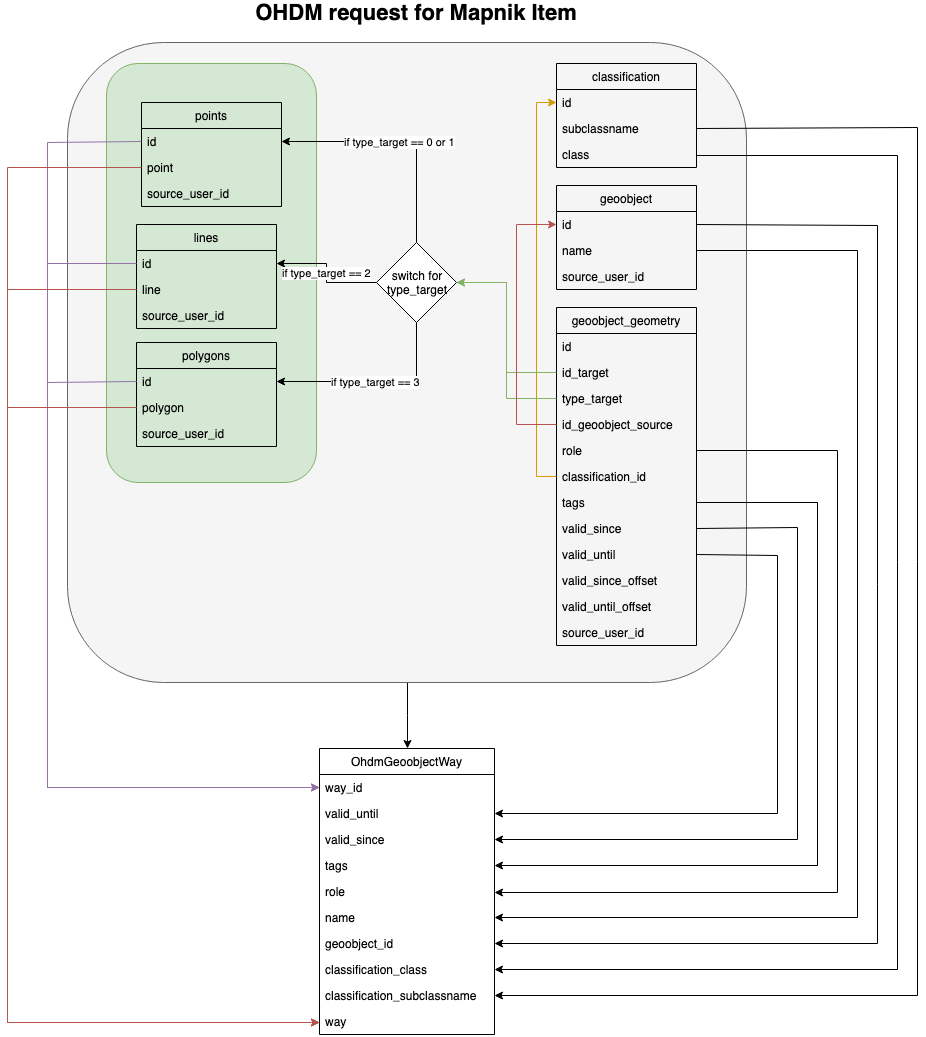
Earlier version of the draw.io export docs/commands/_static/ohdm2mapnik_OHDM2SingleTable.png (OpenHistoricalDataMap/MapnikTileServer). Source tidied: cells renumbered, new cells last; positions are measured from the earlier drawing's top-left corner, leaving out a move shared by most shapes.
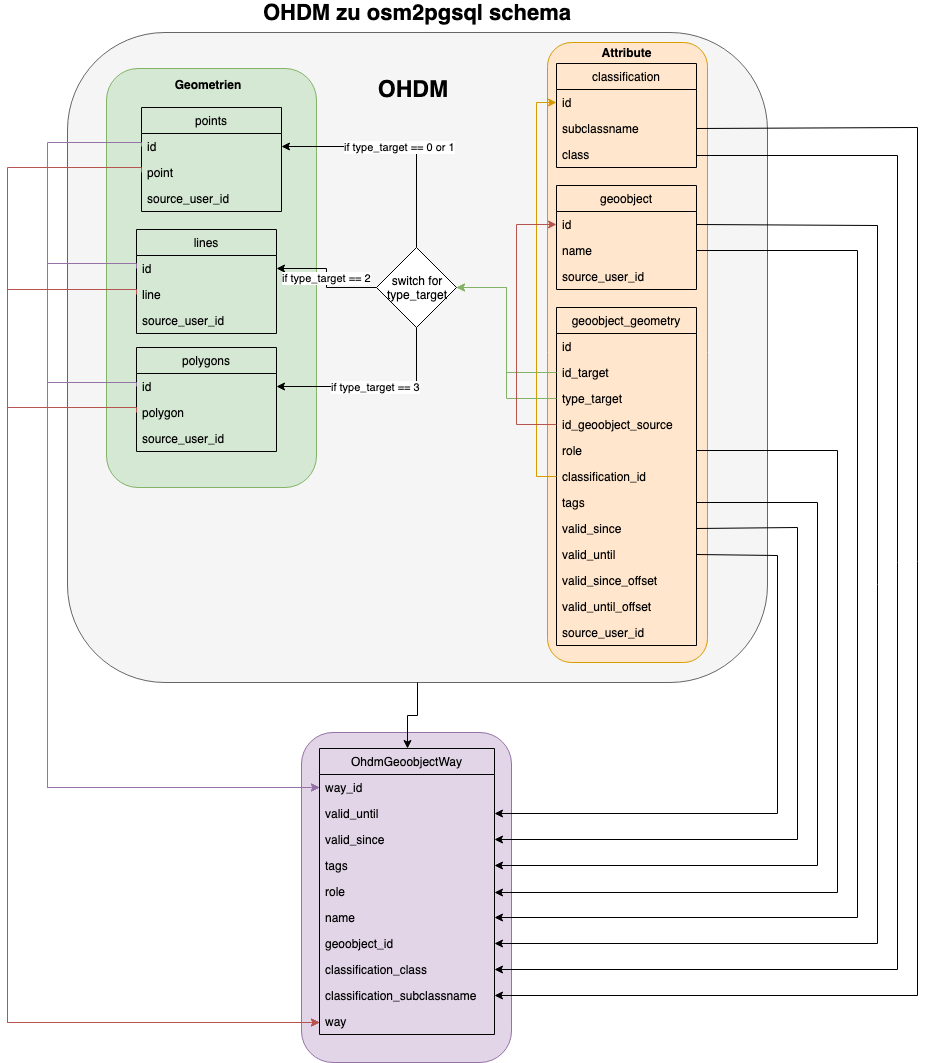
Later version of the same file.

The edit, as a diff of the source:
```diff
@@ -2,14 +2,20 @@
   <root>
     <mxCell id="0" />
     <mxCell id="1" parent="0" />
+    <mxCell id="72" style="rounded=1;whiteSpace=wrap;html=1;fillColor=#e1d5e7;strokeColor=#9673a6;" parent="1" vertex="1">
+      <mxGeometry x="294" y="730" width="210" height="330" as="geometry" />
+    </mxCell>
+    <mxCell id="3" style="rounded=1;whiteSpace=wrap;html=1;fillColor=#f5f5f5;strokeColor=#666666;fontColor=#333333;" parent="1" vertex="1">
+      <mxGeometry x="60" y="30" width="700" height="650" as="geometry" />
+    </mxCell>
+    <mxCell id="73" style="rounded=1;whiteSpace=wrap;html=1;fillColor=#ffe6cc;strokeColor=#d79b00;" parent="1" vertex="1">
+      <mxGeometry x="540" y="40" width="160" height="620" as="geometry" />
+    </mxCell>
     <mxCell id="2" style="edgeStyle=orthogonalEdgeStyle;rounded=0;jettySize=auto;html=1;entryX=0.5;entryY=0;entryDx=0;entryDy=0;startArrow=none;startFill=0;endArrow=classic;endFill=1;fontSize=22;" parent="1" edge="1" source="3" target="47">
       <mxGeometry relative="1" as="geometry" />
     </mxCell>
-    <mxCell id="3" style="rounded=1;whiteSpace=wrap;html=1;fillColor=#f5f5f5;strokeColor=#666666;fontColor=#333333;" parent="1" vertex="1">
-      <mxGeometry x="60" y="40" width="679" height="640" as="geometry" />
-    </mxCell>
     <mxCell id="4" style="rounded=1;whiteSpace=wrap;html=1;fillColor=#d5e8d4;strokeColor=#82b366;" parent="1" vertex="1">
-      <mxGeometry x="99" y="61" width="210" height="419" as="geometry" />
+      <mxGeometry x="99" y="66" width="210" height="419" as="geometry" />
     </mxCell>
     <mxCell id="5" value="classification" style="swimlane;fontStyle=0;horizontal=1;startSize=26;fillColor=none;" parent="1" vertex="1">
       <mxGeometry x="549" y="61" width="140" height="104" as="geometry" />
@@ -24,7 +30,7 @@
       <mxGeometry y="78" width="140" height="26" as="geometry" />
     </mxCell>
     <mxCell id="9" value="lines" style="swimlane;fontStyle=0;horizontal=1;startSize=26;fillColor=none;" parent="1" vertex="1">
-      <mxGeometry x="129" y="222" width="140" height="104" as="geometry" />
+      <mxGeometry x="129" y="227" width="140" height="104" as="geometry" />
     </mxCell>
     <mxCell id="10" value="id" style="text;strokeColor=none;fillColor=none;align=left;verticalAlign=top;spacingLeft=4;spacingRight=4;overflow=hidden;points=[[0,0.5],[1,0.5]];portConstraint=eastwest;" parent="9" vertex="1">
       <mxGeometry y="26" width="140" height="26" as="geometry" />
@@ -36,7 +42,7 @@
       <mxGeometry y="78" width="140" height="26" as="geometry" />
     </mxCell>
     <mxCell id="13" value="points" style="swimlane;fontStyle=0;horizontal=1;startSize=26;fillColor=none;" parent="1" vertex="1">
-      <mxGeometry x="134" y="100" width="140" height="104" as="geometry" />
+      <mxGeometry x="134" y="105" width="140" height="104" as="geometry" />
     </mxCell>
     <mxCell id="14" value="id" style="text;strokeColor=none;fillColor=none;align=left;verticalAlign=top;spacingLeft=4;spacingRight=4;overflow=hidden;points=[[0,0.5],[1,0.5]];portConstraint=eastwest;" parent="13" vertex="1">
       <mxGeometry y="26" width="140" height="26" as="geometry" />
@@ -48,7 +54,7 @@
       <mxGeometry y="78" width="140" height="26" as="geometry" />
     </mxCell>
     <mxCell id="17" value="polygons" style="swimlane;fontStyle=0;horizontal=1;startSize=26;fillColor=none;" parent="1" vertex="1">
-      <mxGeometry x="129" y="340" width="140" height="104" as="geometry" />
+      <mxGeometry x="129" y="345" width="140" height="104" as="geometry" />
     </mxCell>
     <mxCell id="18" value="id" style="text;strokeColor=none;fillColor=none;align=left;verticalAlign=top;spacingLeft=4;spacingRight=4;overflow=hidden;points=[[0,0.5],[1,0.5]];portConstraint=eastwest;" parent="17" vertex="1">
       <mxGeometry y="26" width="140" height="26" as="geometry" />
@@ -137,9 +143,9 @@
       <mxGeometry relative="1" as="geometry" />
     </mxCell>
     <mxCell id="45" value="switch for&lt;br&gt;type_target" style="rhombus;whiteSpace=wrap;html=1;" parent="1" vertex="1">
-      <mxGeometry x="369" y="240" width="80" height="80" as="geometry" />
+      <mxGeometry x="369" y="245" width="80" height="80" as="geometry" />
     </mxCell>
-    <mxCell id="46" value="OHDM request for Mapnik Item" style="text;html=1;strokeColor=none;fillColor=none;align=center;verticalAlign=middle;whiteSpace=wrap;rounded=0;fontSize=22;fontStyle=1;" parent="1" vertex="1">
+    <mxCell id="46" value="OHDM zu osm2pgsql schema" style="text;html=1;strokeColor=none;fillColor=none;align=center;verticalAlign=middle;whiteSpace=wrap;rounded=0;fontSize=22;fontStyle=1;" parent="1" vertex="1">
       <mxGeometry x="214" width="390" height="20" as="geometry" />
     </mxCell>
     <mxCell id="47" value="OhdmGeoobjectWay" style="swimlane;fontStyle=0;horizontal=1;startSize=26;fillColor=none;" parent="1" vertex="1">
@@ -287,5 +293,14 @@
         </Array>
       </mxGeometry>
     </mxCell>
+    <mxCell id="74" value="Geometrien" style="text;html=1;strokeColor=none;fillColor=none;align=center;verticalAlign=middle;whiteSpace=wrap;rounded=0;fontStyle=1;" parent="1" vertex="1">
+      <mxGeometry x="120" y="72" width="160" height="20" as="geometry" />
+    </mxCell>
+    <mxCell id="75" value="Attribute" style="text;html=1;strokeColor=none;fillColor=none;align=center;verticalAlign=middle;whiteSpace=wrap;rounded=0;fontStyle=1;" parent="1" vertex="1">
+      <mxGeometry x="539" y="40" width="160" height="20" as="geometry" />
+    </mxCell>
+    <mxCell id="76" value="OHDM" style="text;html=1;strokeColor=none;fillColor=none;align=center;verticalAlign=middle;whiteSpace=wrap;rounded=0;fontStyle=1;fontSize=23;" parent="1" vertex="1">
+      <mxGeometry x="270" y="76" width="270" height="20" as="geometry" />
+    </mxCell>
   </root>
 </mxGraphModel>
```
